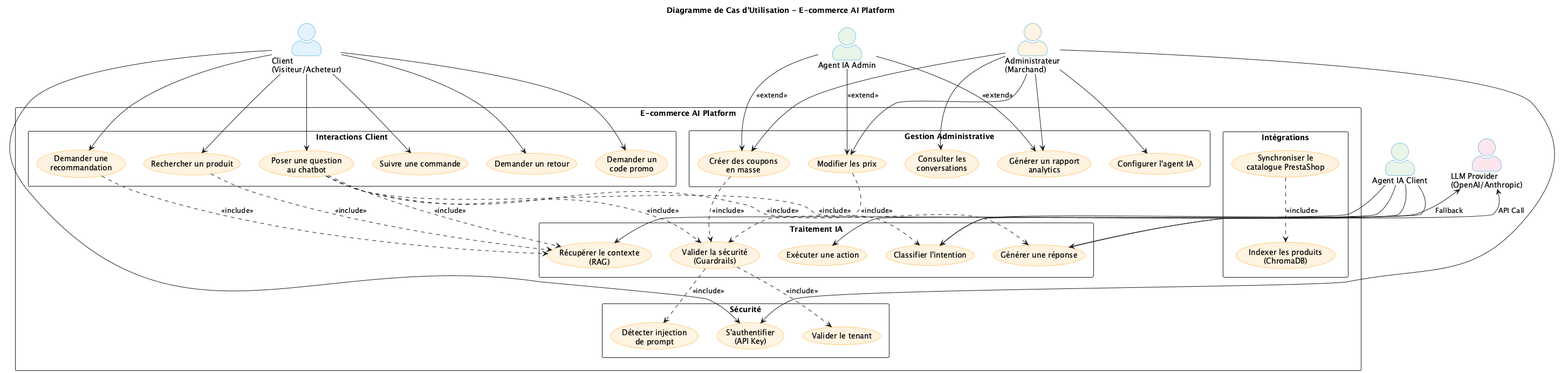
The PlantUML diagram docs/diagrams/UseCase_Ecommerce_AI_Platform.png in WnOussama/ecommerce-ai-platform, before a commit. Its diagram source:
```plantuml
@startuml UseCase_Ecommerce_AI_Platform

!define ACTOR_COLOR #E1F5FE
!define USECASE_COLOR #FFF3E0
!define SYSTEM_COLOR #E8F5E9

skinparam actorStyle awesome
skinparam packageStyle rectangle
skinparam usecase {
    BackgroundColor USECASE_COLOR
    BorderColor #FF9800
}
skinparam actor {
    BackgroundColor ACTOR_COLOR
    BorderColor #0288D1
}

title Diagramme de Cas d'Utilisation - E-commerce AI Platform


actor "Client\n(Visiteur/Acheteur)" as Client #E3F2FD
actor "Administrateur\n(Marchand)" as Admin #FFF3E0
actor "Agent IA Client" as AIClient #E8F5E9
actor "Agent IA Admin" as AIAdmin #E8F5E9
actor "LLM Provider\n(OpenAI/Anthropic)" as LLM #FCE4EC


rectangle "E-commerce AI Platform" as Platform {

    package "Interactions Client" as ClientZone {
        usecase "Poser une question\nau chatbot" as UC_AskChatbot
        usecase "Rechercher un produit" as UC_SearchProduct
        usecase "Demander une\nrecommandation" as UC_GetRecommendation
        usecase "Suivre une commande" as UC_TrackOrder
        usecase "Demander un retour" as UC_RequestReturn
        usecase "Demander un\ncode promo" as UC_RequestCoupon
    }

    package "Gestion Administrative" as AdminZone {
        usecase "Générer un rapport\nanalytics" as UC_GenerateReport
        usecase "Créer des coupons\nen masse" as UC_CreateCoupons
        usecase "Modifier les prix" as UC_UpdatePrices
        usecase "Consulter les\nconversations" as UC_ViewConversations
        usecase "Configurer l'agent IA" as UC_ConfigureAgent
    }

    package "Traitement IA" as AIZone {
        usecase "Classifier l'intention" as UC_ClassifyIntent
        usecase "Récupérer le contexte\n(RAG)" as UC_RetrieveRAG
        usecase "Générer une réponse" as UC_GenerateResponse
        usecase "Valider la sécurité\n(Guardrails)" as UC_ValidateSecurity
        usecase "Exécuter une action" as UC_ExecuteAction
    }

    package "Sécurité" as SecurityZone {
        usecase "S'authentifier\n(API Key)" as UC_Authenticate
        usecase "Détecter injection\nde prompt" as UC_DetectInjection
        usecase "Valider le tenant" as UC_ValidateTenant
    }

    package "Intégrations" as IntegrationZone {
        usecase "Synchroniser le\ncatalogue PrestaShop" as UC_SyncCatalog
        usecase "Indexer les produits\n(ChromaDB)" as UC_IndexProducts
    }
}


Client --> UC_AskChatbot
Client --> UC_SearchProduct
Client --> UC_GetRecommendation
Client --> UC_TrackOrder
Client --> UC_RequestReturn
Client --> UC_RequestCoupon
Client --> UC_Authenticate


Admin --> UC_GenerateReport
Admin --> UC_CreateCoupons
Admin --> UC_UpdatePrices
Admin --> UC_ViewConversations
Admin --> UC_ConfigureAgent
Admin --> UC_Authenticate


AIClient --> UC_ClassifyIntent
AIClient --> UC_RetrieveRAG
AIClient --> UC_GenerateResponse
AIClient --> UC_ExecuteAction

AIAdmin --> UC_GenerateReport : <<extend>>
AIAdmin --> UC_CreateCoupons : <<extend>>
AIAdmin --> UC_UpdatePrices : <<extend>>


LLM <-- UC_GenerateResponse : API Call
LLM <-- UC_ClassifyIntent : Fallback


UC_AskChatbot ..> UC_ClassifyIntent : <<include>>
UC_AskChatbot ..> UC_ValidateSecurity : <<include>>
UC_AskChatbot ..> UC_RetrieveRAG : <<include>>
UC_AskChatbot ..> UC_GenerateResponse : <<include>>

UC_SearchProduct ..> UC_RetrieveRAG : <<include>>
UC_GetRecommendation ..> UC_RetrieveRAG : <<include>>

UC_ValidateSecurity ..> UC_DetectInjection : <<include>>
UC_ValidateSecurity ..> UC_ValidateTenant : <<include>>

UC_SyncCatalog ..> UC_IndexProducts : <<include>>

UC_CreateCoupons ..> UC_ValidateSecurity : <<include>>
UC_UpdatePrices ..> UC_ValidateSecurity : <<include>>

@enduml
```
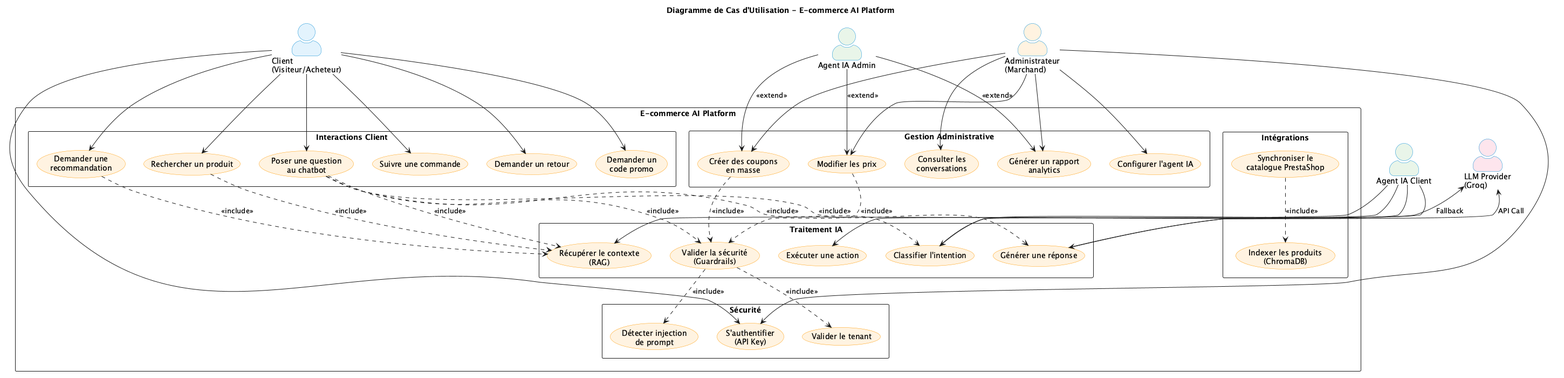
Later version of the same file.

The edit, as a diff of the source:
```diff
@@ -22,7 +22,7 @@
 actor "Administrateur\n(Marchand)" as Admin #FFF3E0
 actor "Agent IA Client" as AIClient #E8F5E9
 actor "Agent IA Admin" as AIAdmin #E8F5E9
-actor "LLM Provider\n(OpenAI/Anthropic)" as LLM #FCE4EC
+actor "LLM Provider\n(Groq)" as LLM #FCE4EC
 
 
 rectangle "E-commerce AI Platform" as Platform {
```
